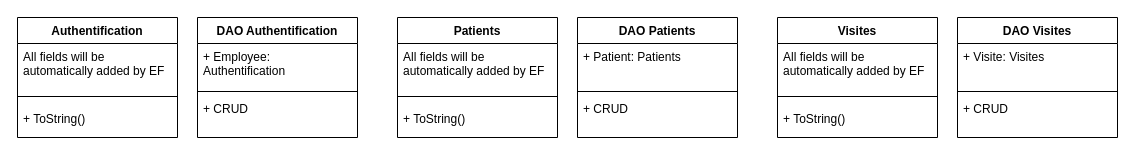
The draw.io diagram DiagHopital.drawio in Pierre-Eloi/AJC_ProjetHopital, before the edit. Source tidied: cells renumbered, new cells numbered last; positions are measured from the earlier drawing's top-left corner, leaving out a move shared by most shapes. Both pictures are drawn from the tidied source at 100%, with x=0, y=0 at pixel (17, 17).
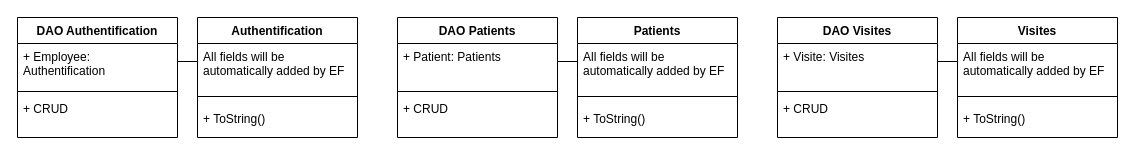
After the change.

Commit message (it also covers changes not shown here):
Mettre à jour DiagHopital.drawio

The edit, as a diff of the source:
```diff
@@
     <mxCell id="2" value="Authentification" style="swimlane;fontStyle=1;align=center;verticalAlign=top;horizontal=1;startSize=26;whiteSpace=wrap;html=1;" parent="1" vertex="1">
-      <mxGeometry width="160" height="120" as="geometry" />
+      <mxGeometry x="180" width="160" height="120" as="geometry" />
     </mxCell>
@@
     <mxCell id="6" value="DAO Authentification" style="swimlane;fontStyle=1;align=center;verticalAlign=top;horizontal=1;startSize=26;whiteSpace=wrap;html=1;" parent="1" vertex="1">
-      <mxGeometry x="180" width="160" height="120" as="geometry" />
+      <mxGeometry width="160" height="120" as="geometry" />
     </mxCell>
@@
     <mxCell id="10" value="Patients" style="swimlane;fontStyle=1;align=center;verticalAlign=top;horizontal=1;startSize=26;whiteSpace=wrap;html=1;" parent="1" vertex="1">
-      <mxGeometry x="380" width="160" height="120" as="geometry" />
+      <mxGeometry x="560" width="160" height="120" as="geometry" />
     </mxCell>
@@
     <mxCell id="14" value="DAO Patients" style="swimlane;fontStyle=1;align=center;verticalAlign=top;horizontal=1;startSize=26;whiteSpace=wrap;html=1;" parent="1" vertex="1">
-      <mxGeometry x="560" width="160" height="120" as="geometry" />
+      <mxGeometry x="380" width="160" height="120" as="geometry" />
     </mxCell>
@@
     <mxCell id="18" value="Visites" style="swimlane;fontStyle=1;align=center;verticalAlign=top;horizontal=1;startSize=26;whiteSpace=wrap;html=1;" parent="1" vertex="1">
-      <mxGeometry x="760" width="160" height="120" as="geometry" />
+      <mxGeometry x="940" width="160" height="120" as="geometry" />
     </mxCell>
@@
     <mxCell id="22" value="DAO Visites" style="swimlane;fontStyle=1;align=center;verticalAlign=top;horizontal=1;startSize=26;whiteSpace=wrap;html=1;" parent="1" vertex="1">
-      <mxGeometry x="940" width="160" height="120" as="geometry" />
+      <mxGeometry x="760" width="160" height="120" as="geometry" />
     </mxCell>
@@
+    <mxCell id="26" style="line;strokeWidth=1;fillColor=none;align=left;verticalAlign=middle;spacingTop=-1;spacingLeft=3;spacingRight=3;labelPosition=right;strokeColor=inherit;" parent="1" vertex="1">
+      <mxGeometry x="540" y="40" width="20" height="8" as="geometry" />
+    </mxCell>
+    <mxCell id="27" style="line;strokeWidth=1;fillColor=none;align=left;verticalAlign=middle;spacingTop=-1;spacingLeft=3;spacingRight=3;labelPosition=right;strokeColor=inherit;" parent="1" vertex="1">
+      <mxGeometry x="920" y="40" width="20" height="8" as="geometry" />
+    </mxCell>
+    <mxCell id="28" style="line;strokeWidth=1;fillColor=none;align=left;verticalAlign=middle;spacingTop=-1;spacingLeft=3;spacingRight=3;labelPosition=right;strokeColor=inherit;" parent="1" vertex="1">
+      <mxGeometry x="160" y="40" width="20" height="8" as="geometry" />
+    </mxCell>
```
